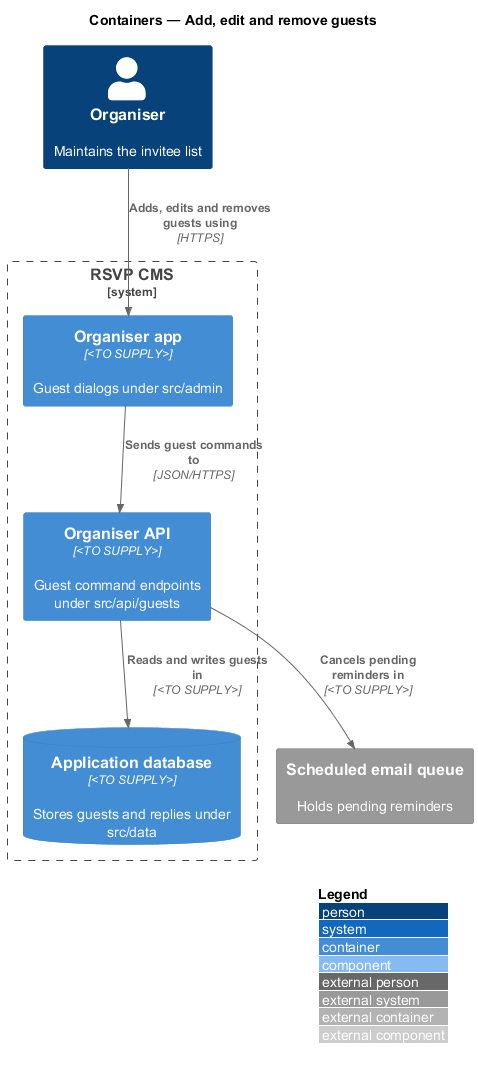
This is docs/detailed-designs/guests/manage-guest/diagrams/c4-container.png from QuinntyneBrown/rsvp-cms, a PlantUML export, as it was before one commit.
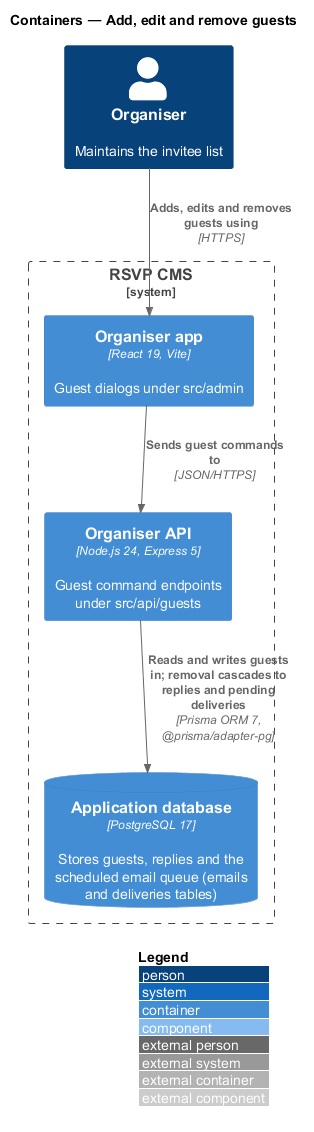
The same diagram one commit later.

The edit, as a diff of the source:
```diff
@@ -5,14 +5,12 @@
 
 Person(organiser, "Organiser", "Maintains the invitee list")
 System_Boundary(cms, "RSVP CMS") {
-  Container(admin, "Organiser app", "<TO SUPPLY>", "Guest dialogs under src/admin")
-  Container(api, "Organiser API", "<TO SUPPLY>", "Guest command endpoints under src/api/guests")
-  ContainerDb(db, "Application database", "<TO SUPPLY>", "Stores guests and replies under src/data")
+  Container(admin, "Organiser app", "React 19, Vite", "Guest dialogs under src/admin")
+  Container(api, "Organiser API", "Node.js 24, Express 5", "Guest command endpoints under src/api/guests")
+  ContainerDb(db, "Application database", "PostgreSQL 17", "Stores guests, replies and the scheduled email queue (emails and deliveries tables)")
 }
-System_Ext(queue, "Scheduled email queue", "Holds pending reminders")
 
 Rel(organiser, admin, "Adds, edits and removes guests using", "HTTPS")
 Rel(admin, api, "Sends guest commands to", "JSON/HTTPS")
-Rel(api, db, "Reads and writes guests in", "<TO SUPPLY>")
-Rel(api, queue, "Cancels pending reminders in", "<TO SUPPLY>")
+Rel(api, db, "Reads and writes guests in; removal cascades to replies and pending deliveries", "Prisma ORM 7, @prisma/adapter-pg")
 @enduml
```
